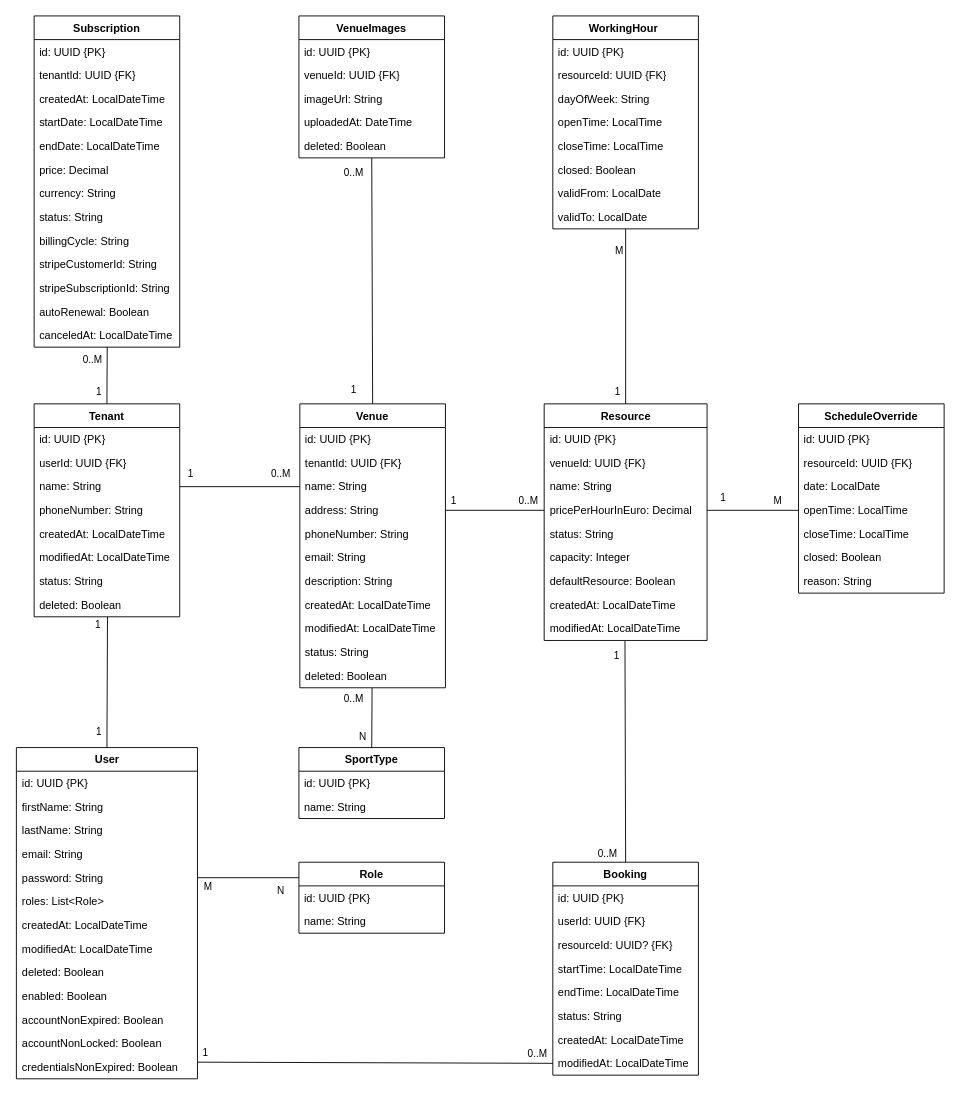
Before: Documents/Class Diagram/Atlas Sports Class Diagram.drawio in Gjxrgj/AtlasSports, a draw.io diagram. Source tidied: cells renumbered, new cells numbered last; positions are measured from the earlier drawing's top-left corner, leaving out a move shared by most shapes. Both pictures are drawn from the tidied source at 91%, with x=0, y=0 at pixel (15, 15).
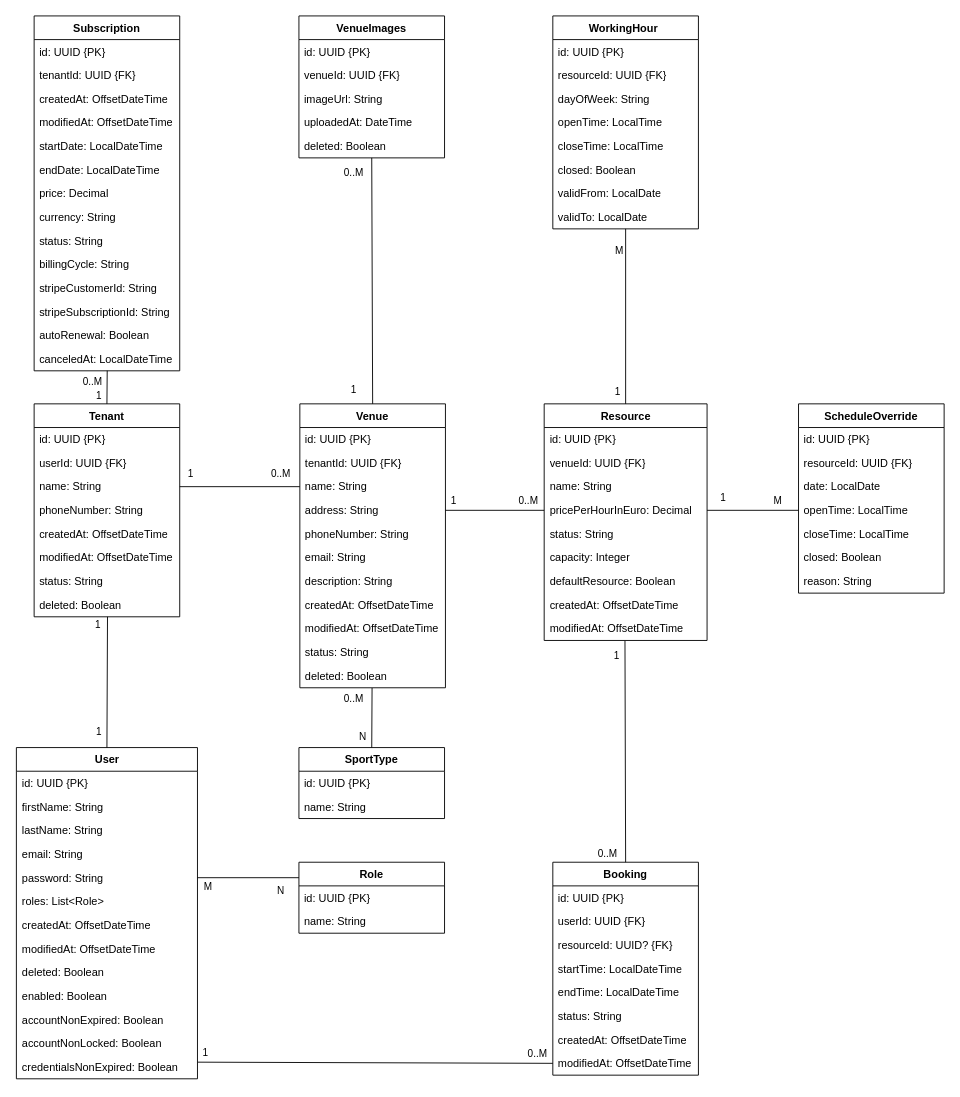
After the change.

The change refers to these unchanged cells:
```xml
<mxCell id="2" value="User" style="swimlane;fontStyle=1;align=center;verticalAlign=top;horizontal=1;startSize=26;whiteSpace=wrap;html=1;" parent="1" vertex="1">
  <mxGeometry x="0.5" y="804" width="199" height="364" as="geometry" />
</mxCell>
<mxCell id="25" value="Tenant" style="swimlane;fontStyle=1;align=center;verticalAlign=top;horizontal=1;startSize=26;whiteSpace=wrap;html=1;" parent="1" vertex="1">
  <mxGeometry x="20" y="426.3" width="160" height="234" as="geometry" />
</mxCell>
<mxCell id="34" value="Venue" style="swimlane;fontStyle=1;align=center;verticalAlign=top;horizontal=1;startSize=26;whiteSpace=wrap;html=1;" parent="1" vertex="1">
  <mxGeometry x="312" y="426.3" width="160" height="312" as="geometry" />
</mxCell>
<mxCell id="60" value="Booking" style="swimlane;fontStyle=1;align=center;verticalAlign=top;horizontal=1;startSize=26;whiteSpace=wrap;html=1;" parent="1" vertex="1">
  <mxGeometry x="590" y="930" width="160" height="234" as="geometry" />
</mxCell>
<mxCell id="75" value="Resource" style="swimlane;fontStyle=1;align=center;verticalAlign=top;horizontal=1;startSize=26;whiteSpace=wrap;html=1;" parent="1" vertex="1">
  <mxGeometry x="580.5" y="426.3" width="179" height="260" as="geometry" />
</mxCell>
```

The edit, as a diff of the source:
```diff
@@
-    <mxCell id="9" value="createdAt: LocalDateTime" style="text;strokeColor=none;fillColor=none;align=left;verticalAlign=top;spacingLeft=4;spacingRight=4;overflow=hidden;whiteSpace=wrap;html=1;" parent="2" vertex="1">
+    <mxCell id="9" value="createdAt: OffsetDateTime" style="text;strokeColor=none;fillColor=none;align=left;verticalAlign=top;spacingLeft=4;spacingRight=4;overflow=hidden;whiteSpace=wrap;html=1;" parent="2" vertex="1">
       <mxGeometry y="182" width="199" height="26" as="geometry" />
     </mxCell>
-    <mxCell id="10" value="modifiedAt: LocalDateTime" style="text;strokeColor=none;fillColor=none;align=left;verticalAlign=top;spacingLeft=4;spacingRight=4;overflow=hidden;whiteSpace=wrap;html=1;" parent="2" vertex="1">
+    <mxCell id="10" value="modifiedAt: OffsetDateTime" style="text;strokeColor=none;fillColor=none;align=left;verticalAlign=top;spacingLeft=4;spacingRight=4;overflow=hidden;whiteSpace=wrap;html=1;" parent="2" vertex="1">
       <mxGeometry y="208" width="199" height="26" as="geometry" />
     </mxCell>
@@
-    <mxCell id="30" value="createdAt: LocalDateTime" style="text;strokeColor=none;fillColor=none;align=left;verticalAlign=top;spacingLeft=4;spacingRight=4;overflow=hidden;whiteSpace=wrap;html=1;" parent="25" vertex="1">
+    <mxCell id="30" value="createdAt: OffsetDateTime" style="text;strokeColor=none;fillColor=none;align=left;verticalAlign=top;spacingLeft=4;spacingRight=4;overflow=hidden;whiteSpace=wrap;html=1;" parent="25" vertex="1">
       <mxGeometry y="130" width="160" height="26" as="geometry" />
     </mxCell>
-    <mxCell id="31" value="modifiedAt: LocalDateTime" style="text;strokeColor=none;fillColor=none;align=left;verticalAlign=top;spacingLeft=4;spacingRight=4;overflow=hidden;whiteSpace=wrap;html=1;" parent="25" vertex="1">
+    <mxCell id="31" value="modifiedAt: OffsetDateTime" style="text;strokeColor=none;fillColor=none;align=left;verticalAlign=top;spacingLeft=4;spacingRight=4;overflow=hidden;whiteSpace=wrap;html=1;" parent="25" vertex="1">
       <mxGeometry y="156" width="160" height="26" as="geometry" />
     </mxCell>
@@
-    <mxCell id="42" value="createdAt: LocalDateTime" style="text;strokeColor=none;fillColor=none;align=left;verticalAlign=top;spacingLeft=4;spacingRight=4;overflow=hidden;whiteSpace=wrap;html=1;" parent="34" vertex="1">
+    <mxCell id="42" value="createdAt: OffsetDateTime" style="text;strokeColor=none;fillColor=none;align=left;verticalAlign=top;spacingLeft=4;spacingRight=4;overflow=hidden;whiteSpace=wrap;html=1;" parent="34" vertex="1">
       <mxGeometry y="208" width="160" height="26" as="geometry" />
     </mxCell>
-    <mxCell id="43" value="modifiedAt: LocalDateTime" style="text;strokeColor=none;fillColor=none;align=left;verticalAlign=top;spacingLeft=4;spacingRight=4;overflow=hidden;whiteSpace=wrap;html=1;" parent="34" vertex="1">
+    <mxCell id="43" value="modifiedAt: OffsetDateTime" style="text;strokeColor=none;fillColor=none;align=left;verticalAlign=top;spacingLeft=4;spacingRight=4;overflow=hidden;whiteSpace=wrap;html=1;" parent="34" vertex="1">
       <mxGeometry y="234" width="160" height="26" as="geometry" />
     </mxCell>
@@
     <mxCell id="46" value="Subscription" style="swimlane;fontStyle=1;align=center;verticalAlign=top;horizontal=1;startSize=26;whiteSpace=wrap;html=1;" parent="1" vertex="1">
-      <mxGeometry x="20" width="160" height="364" as="geometry" />
+      <mxGeometry x="20" width="160" height="390" as="geometry" />
     </mxCell>
@@
-    <mxCell id="49" value="createdAt: LocalDateTime" style="text;strokeColor=none;fillColor=none;align=left;verticalAlign=top;spacingLeft=4;spacingRight=4;overflow=hidden;whiteSpace=wrap;html=1;" parent="46" vertex="1">
+    <mxCell id="49" value="createdAt: OffsetDateTime" style="text;strokeColor=none;fillColor=none;align=left;verticalAlign=top;spacingLeft=4;spacingRight=4;overflow=hidden;whiteSpace=wrap;html=1;" parent="46" vertex="1">
       <mxGeometry y="78" width="160" height="26" as="geometry" />
     </mxCell>
+    <mxCell id="132" value="modifiedAt: OffsetDateTime" style="text;strokeColor=none;fillColor=none;align=left;verticalAlign=top;spacingLeft=4;spacingRight=4;overflow=hidden;whiteSpace=wrap;html=1;" parent="46" vertex="1">
+      <mxGeometry y="104" width="160" height="26" as="geometry" />
+    </mxCell>
     <mxCell id="50" value="startDate: LocalDateTime" style="text;strokeColor=none;fillColor=none;align=left;verticalAlign=top;spacingLeft=4;spacingRight=4;overflow=hidden;whiteSpace=wrap;html=1;" parent="46" vertex="1">
-      <mxGeometry y="104" width="160" height="26" as="geometry" />
+      <mxGeometry y="130" width="160" height="26" as="geometry" />
     </mxCell>
     <mxCell id="51" value="endDate: LocalDateTime" style="text;strokeColor=none;fillColor=none;align=left;verticalAlign=top;spacingLeft=4;spacingRight=4;overflow=hidden;whiteSpace=wrap;html=1;" parent="46" vertex="1">
-      <mxGeometry y="130" width="160" height="26" as="geometry" />
+      <mxGeometry y="156" width="160" height="26" as="geometry" />
     </mxCell>
     <mxCell id="52" value="price: Decimal" style="text;strokeColor=none;fillColor=none;align=left;verticalAlign=top;spacingLeft=4;spacingRight=4;overflow=hidden;whiteSpace=wrap;html=1;" parent="46" vertex="1">
-      <mxGeometry y="156" width="160" height="26" as="geometry" />
+      <mxGeometry y="182" width="160" height="26" as="geometry" />
     </mxCell>
     <mxCell id="53" value="currency: String" style="text;strokeColor=none;fillColor=none;align=left;verticalAlign=top;spacingLeft=4;spacingRight=4;overflow=hidden;whiteSpace=wrap;html=1;" parent="46" vertex="1">
-      <mxGeometry y="182" width="160" height="26" as="geometry" />
+      <mxGeometry y="208" width="160" height="26" as="geometry" />
     </mxCell>
     <mxCell id="54" value="status: String" style="text;strokeColor=none;fillColor=none;align=left;verticalAlign=top;spacingLeft=4;spacingRight=4;overflow=hidden;whiteSpace=wrap;html=1;" parent="46" vertex="1">
-      <mxGeometry y="208" width="160" height="26" as="geometry" />
+      <mxGeometry y="234" width="160" height="26" as="geometry" />
     </mxCell>
     <mxCell id="55" value="billingCycle: String" style="text;strokeColor=none;fillColor=none;align=left;verticalAlign=top;spacingLeft=4;spacingRight=4;overflow=hidden;whiteSpace=wrap;html=1;" parent="46" vertex="1">
-      <mxGeometry y="234" width="160" height="26" as="geometry" />
+      <mxGeometry y="260" width="160" height="26" as="geometry" />
     </mxCell>
     <mxCell id="56" value="stripeCustomerId: String" style="text;strokeColor=none;fillColor=none;align=left;verticalAlign=top;spacingLeft=4;spacingRight=4;overflow=hidden;whiteSpace=wrap;html=1;" parent="46" vertex="1">
-      <mxGeometry y="260" width="160" height="26" as="geometry" />
+      <mxGeometry y="286" width="160" height="26" as="geometry" />
     </mxCell>
     <mxCell id="57" value="stripeSubscriptionId: String" style="text;strokeColor=none;fillColor=none;align=left;verticalAlign=top;spacingLeft=4;spacingRight=4;overflow=hidden;whiteSpace=wrap;html=1;" parent="46" vertex="1">
-      <mxGeometry y="286" width="160" height="26" as="geometry" />
+      <mxGeometry y="312" width="160" height="26" as="geometry" />
     </mxCell>
     <mxCell id="58" value="autoRenewal: Boolean" style="text;strokeColor=none;fillColor=none;align=left;verticalAlign=top;spacingLeft=4;spacingRight=4;overflow=hidden;whiteSpace=wrap;html=1;" parent="46" vertex="1">
-      <mxGeometry y="312" width="160" height="26" as="geometry" />
+      <mxGeometry y="338" width="160" height="26" as="geometry" />
     </mxCell>
     <mxCell id="59" value="canceledAt: LocalDateTime" style="text;strokeColor=none;fillColor=none;align=left;verticalAlign=top;spacingLeft=4;spacingRight=4;overflow=hidden;points=[[0,0.5],[1,0.5]];portConstraint=eastwest;whiteSpace=wrap;html=1;" parent="46" vertex="1">
-      <mxGeometry y="338" width="160" height="26" as="geometry" />
+      <mxGeometry y="364" width="160" height="26" as="geometry" />
     </mxCell>
@@
-    <mxCell id="67" value="createdAt: LocalDateTime" style="text;strokeColor=none;fillColor=none;align=left;verticalAlign=top;spacingLeft=4;spacingRight=4;overflow=hidden;whiteSpace=wrap;html=1;" parent="60" vertex="1">
+    <mxCell id="67" value="createdAt: OffsetDateTime" style="text;strokeColor=none;fillColor=none;align=left;verticalAlign=top;spacingLeft=4;spacingRight=4;overflow=hidden;whiteSpace=wrap;html=1;" parent="60" vertex="1">
       <mxGeometry y="182" width="160" height="26" as="geometry" />
     </mxCell>
-    <mxCell id="68" value="modifiedAt: LocalDateTime" style="text;strokeColor=none;fillColor=none;align=left;verticalAlign=top;spacingLeft=4;spacingRight=4;overflow=hidden;points=[[0,0.5],[1,0.5]];portConstraint=eastwest;whiteSpace=wrap;html=1;" parent="60" vertex="1">
+    <mxCell id="68" value="modifiedAt: OffsetDateTime" style="text;strokeColor=none;fillColor=none;align=left;verticalAlign=top;spacingLeft=4;spacingRight=4;overflow=hidden;points=[[0,0.5],[1,0.5]];portConstraint=eastwest;whiteSpace=wrap;html=1;" parent="60" vertex="1">
       <mxGeometry y="208" width="160" height="26" as="geometry" />
     </mxCell>
@@
-    <mxCell id="83" value="createdAt: LocalDateTime" style="text;strokeColor=none;fillColor=none;align=left;verticalAlign=top;spacingLeft=4;spacingRight=4;overflow=hidden;whiteSpace=wrap;html=1;" parent="75" vertex="1">
+    <mxCell id="83" value="createdAt: OffsetDateTime" style="text;strokeColor=none;fillColor=none;align=left;verticalAlign=top;spacingLeft=4;spacingRight=4;overflow=hidden;whiteSpace=wrap;html=1;" parent="75" vertex="1">
       <mxGeometry y="208" width="179" height="26" as="geometry" />
     </mxCell>
-    <mxCell id="84" value="modifiedAt: LocalDateTime" style="text;strokeColor=none;fillColor=none;align=left;verticalAlign=top;spacingLeft=4;spacingRight=4;overflow=hidden;points=[[0,0.5],[1,0.5]];portConstraint=eastwest;whiteSpace=wrap;html=1;" parent="75" vertex="1">
+    <mxCell id="84" value="modifiedAt: OffsetDateTime" style="text;strokeColor=none;fillColor=none;align=left;verticalAlign=top;spacingLeft=4;spacingRight=4;overflow=hidden;points=[[0,0.5],[1,0.5]];portConstraint=eastwest;whiteSpace=wrap;html=1;" parent="75" vertex="1">
       <mxGeometry y="234" width="179" height="26" as="geometry" />
     </mxCell>
```
